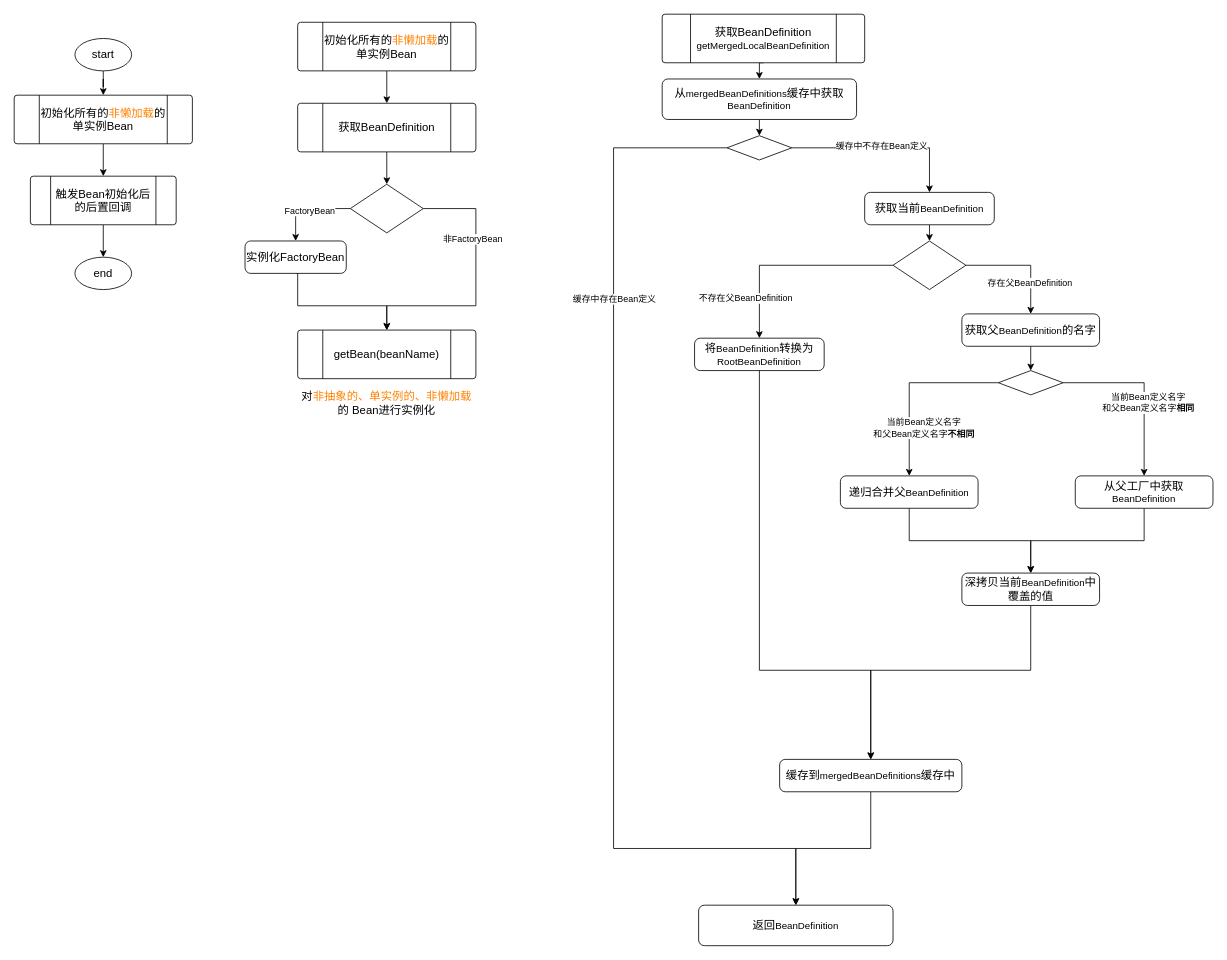
Above: page "preInstantiateSingletons" (1 of 3) of AdvancedProgramming/spring/spring注解/diagrams/初始化剩下的单实例bean.drawio in wanglei949758173/study (draw.io), before the change. Source tidied: cells renumbered, new cells numbered last; positions are measured from the earlier drawing's top-left corner, leaving out a move shared by most shapes. Both pictures are drawn from the tidied source at 81%, with x=0, y=0 at pixel (14, 14).
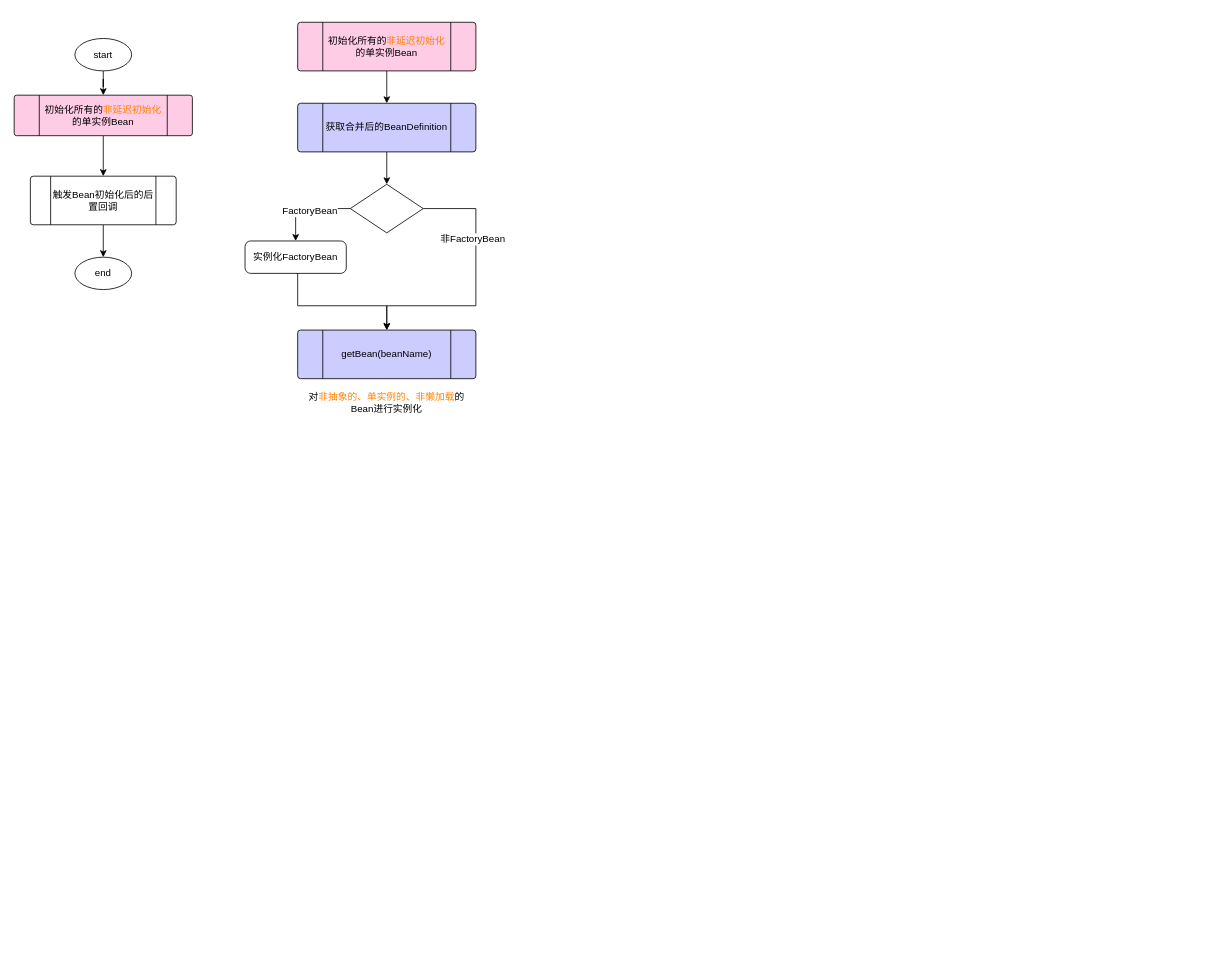
Above is the later version.

The edit, as a diff of the source:
```diff
@@
-    <mxCell id="2" style="edgeStyle=orthogonalEdgeStyle;rounded=0;jettySize=auto;html=1;exitX=0.5;exitY=1;exitDx=0;exitDy=0;exitPerimeter=0;" parent="1" edge="1" source="3" target="8">
+    <mxCell id="2" style="edgeStyle=orthogonalEdgeStyle;rounded=0;jettySize=auto;html=1;exitX=0.5;exitY=1;exitDx=0;exitDy=0;exitPerimeter=0;fontSize=12;" parent="1" edge="1" source="3" target="8">
       <mxGeometry relative="1" as="geometry" />
     </mxCell>
-    <mxCell id="3" value="&lt;font style=&quot;font-size: 14px&quot;&gt;start&lt;/font&gt;" style="strokeWidth=1;html=1;shape=mxgraph.flowchart.start_1;whiteSpace=wrap;" parent="1" vertex="1">
+    <mxCell id="3" value="&lt;font style=&quot;font-size: 12px;&quot;&gt;start&lt;/font&gt;" style="strokeWidth=1;html=1;shape=mxgraph.flowchart.start_1;whiteSpace=wrap;fontSize=12;" parent="1" vertex="1">
       <mxGeometry x="75" y="30" width="70" height="40" as="geometry" />
     </mxCell>
-    <mxCell id="4" style="edgeStyle=orthogonalEdgeStyle;rounded=0;jettySize=auto;html=1;exitX=0.5;exitY=1;exitDx=0;exitDy=0;entryX=0.5;entryY=0;entryDx=0;entryDy=0;" parent="1" edge="1" source="8" target="7">
+    <mxCell id="4" style="edgeStyle=orthogonalEdgeStyle;rounded=0;jettySize=auto;html=1;exitX=0.5;exitY=1;exitDx=0;exitDy=0;entryX=0.5;entryY=0;entryDx=0;entryDy=0;fontSize=12;" parent="1" edge="1" source="8" target="7">
       <mxGeometry relative="1" as="geometry" />
     </mxCell>
-    <mxCell id="5" value="&lt;font style=&quot;font-size: 14px&quot;&gt;end&lt;/font&gt;" style="strokeWidth=1;html=1;shape=mxgraph.flowchart.start_1;whiteSpace=wrap;" parent="1" vertex="1">
+    <mxCell id="5" value="&lt;font style=&quot;font-size: 12px;&quot;&gt;end&lt;/font&gt;" style="strokeWidth=1;html=1;shape=mxgraph.flowchart.start_1;whiteSpace=wrap;fontSize=12;" parent="1" vertex="1">
       <mxGeometry x="75" y="300" width="70" height="40" as="geometry" />
     </mxCell>
-    <mxCell id="6" style="edgeStyle=orthogonalEdgeStyle;rounded=0;jettySize=auto;html=1;exitX=0.5;exitY=1;exitDx=0;exitDy=0;entryX=0.5;entryY=0;entryDx=0;entryDy=0;entryPerimeter=0;" parent="1" edge="1" source="7" target="5">
+    <mxCell id="6" style="edgeStyle=orthogonalEdgeStyle;rounded=0;jettySize=auto;html=1;exitX=0.5;exitY=1;exitDx=0;exitDy=0;entryX=0.5;entryY=0;entryDx=0;entryDy=0;entryPerimeter=0;fontSize=12;" parent="1" edge="1" source="7" target="5">
       <mxGeometry relative="1" as="geometry" />
     </mxCell>
-    <mxCell id="7" value="&lt;font style=&quot;font-size: 14px&quot;&gt;触发Bean初始化后的后置回调&lt;/font&gt;" style="verticalLabelPosition=middle;verticalAlign=middle;shape=process;whiteSpace=wrap;rounded=1;size=0.14;arcSize=6;html=1;labelPosition=center;align=center;" parent="1" vertex="1">
+    <mxCell id="7" value="&lt;font style=&quot;font-size: 12px;&quot;&gt;触发Bean初始化后的后置回调&lt;/font&gt;" style="verticalLabelPosition=middle;verticalAlign=middle;shape=process;whiteSpace=wrap;rounded=1;size=0.14;arcSize=6;html=1;labelPosition=center;align=center;fontSize=12;" parent="1" vertex="1">
       <mxGeometry x="20" y="200" width="180" height="60" as="geometry" />
     </mxCell>
-    <mxCell id="8" value="&lt;span style=&quot;font-size: 14px&quot;&gt;初始化所有的&lt;/span&gt;&lt;font color=&quot;#ff8000&quot; style=&quot;font-size: 14px&quot;&gt;非懒加载&lt;/font&gt;&lt;span style=&quot;font-size: 14px&quot;&gt;的单实例Bean&lt;/span&gt;" style="verticalLabelPosition=middle;verticalAlign=middle;shape=process;whiteSpace=wrap;rounded=1;size=0.14;arcSize=6;html=1;labelPosition=center;align=center;" parent="1" vertex="1">
-      <mxGeometry y="100" width="220" height="60" as="geometry" />
+    <mxCell id="8" value="&lt;span style=&quot;font-size: 12px&quot;&gt;初始化所有的&lt;/span&gt;&lt;font color=&quot;#ff8000&quot; style=&quot;font-size: 12px&quot;&gt;非延迟初始化&lt;/font&gt;&lt;span style=&quot;font-size: 12px&quot;&gt;的单实例Bean&lt;/span&gt;" style="verticalLabelPosition=middle;verticalAlign=middle;shape=process;whiteSpace=wrap;rounded=1;size=0.14;arcSize=6;html=1;labelPosition=center;align=center;fillColor=#FFCCE6;fontSize=12;" parent="1" vertex="1">
+      <mxGeometry y="100" width="220" height="50" as="geometry" />
     </mxCell>
-    <mxCell id="9" style="edgeStyle=orthogonalEdgeStyle;rounded=0;jettySize=auto;html=1;exitX=0.5;exitY=1;exitDx=0;exitDy=0;" parent="1" edge="1" source="10" target="12">
+    <mxCell id="9" style="edgeStyle=orthogonalEdgeStyle;rounded=0;jettySize=auto;html=1;exitX=0.5;exitY=1;exitDx=0;exitDy=0;fontSize=12;" parent="1" edge="1" source="10" target="12">
       <mxGeometry relative="1" as="geometry" />
     </mxCell>
-    <mxCell id="10" value="&lt;span style=&quot;font-size: 14px&quot;&gt;初始化所有的&lt;/span&gt;&lt;font color=&quot;#ff8000&quot; style=&quot;font-size: 14px&quot;&gt;非懒加载&lt;/font&gt;&lt;span style=&quot;font-size: 14px&quot;&gt;的单实例Bean&lt;/span&gt;" style="verticalLabelPosition=middle;verticalAlign=middle;shape=process;whiteSpace=wrap;rounded=1;size=0.14;arcSize=6;html=1;labelPosition=center;align=center;" parent="1" vertex="1">
+    <mxCell id="10" value="&lt;span style=&quot;font-size: 12px&quot;&gt;初始化所有的&lt;/span&gt;&lt;font color=&quot;#ff8000&quot; style=&quot;font-size: 12px&quot;&gt;非延迟初始化&lt;/font&gt;&lt;span style=&quot;font-size: 12px&quot;&gt;的单实例Bean&lt;/span&gt;" style="verticalLabelPosition=middle;verticalAlign=middle;shape=process;whiteSpace=wrap;rounded=1;size=0.14;arcSize=6;html=1;labelPosition=center;align=center;fillColor=#FFCCE6;fontSize=12;" parent="1" vertex="1">
       <mxGeometry x="350" y="10" width="220" height="60" as="geometry" />
     </mxCell>
-    <mxCell id="11" style="edgeStyle=orthogonalEdgeStyle;rounded=0;jettySize=auto;html=1;exitX=0.5;exitY=1;exitDx=0;exitDy=0;entryX=0.5;entryY=0;entryDx=0;entryDy=0;entryPerimeter=0;" parent="1" edge="1" source="12" target="19">
+    <mxCell id="11" style="edgeStyle=orthogonalEdgeStyle;rounded=0;jettySize=auto;html=1;exitX=0.5;exitY=1;exitDx=0;exitDy=0;entryX=0.5;entryY=0;entryDx=0;entryDy=0;entryPerimeter=0;fontSize=12;" parent="1" edge="1" source="12" target="19">
       <mxGeometry relative="1" as="geometry" />
     </mxCell>
-    <mxCell id="12" value="&lt;span style=&quot;font-size: 14px&quot;&gt;获取BeanDefinition&lt;/span&gt;" style="verticalLabelPosition=middle;verticalAlign=middle;shape=process;whiteSpace=wrap;rounded=1;size=0.14;arcSize=6;html=1;labelPosition=center;align=center;" parent="1" vertex="1">
+    <mxCell id="12" value="&lt;span style=&quot;font-size: 12px&quot;&gt;获取合并后的BeanDefinition&lt;/span&gt;" style="verticalLabelPosition=middle;verticalAlign=middle;shape=process;whiteSpace=wrap;rounded=1;size=0.14;arcSize=6;html=1;labelPosition=center;align=center;fillColor=#CCCCFF;fontSize=12;" parent="1" vertex="1">
       <mxGeometry x="350" y="110" width="220" height="60" as="geometry" />
     </mxCell>
-    <mxCell id="13" value="&lt;span style=&quot;font-size: 14px&quot;&gt;getBean(beanName)&lt;/span&gt;" style="verticalLabelPosition=middle;verticalAlign=middle;shape=process;whiteSpace=wrap;rounded=1;size=0.14;arcSize=6;html=1;labelPosition=center;align=center;" parent="1" vertex="1">
+    <mxCell id="13" value="&lt;span style=&quot;font-size: 12px;&quot;&gt;getBean(beanName)&lt;/span&gt;" style="verticalLabelPosition=middle;verticalAlign=middle;shape=process;whiteSpace=wrap;rounded=1;size=0.14;arcSize=6;html=1;labelPosition=center;align=center;fillColor=#CCCCFF;fontSize=12;" parent="1" vertex="1">
       <mxGeometry x="350" y="390" width="220" height="60" as="geometry" />
     </mxCell>
-    <mxCell id="14" value="&lt;span style=&quot;font-size: 14px&quot;&gt;对&lt;font color=&quot;#ff8000&quot;&gt;非抽象的、单实例的、非懒加载&lt;/font&gt;的 Bean进行实例化&lt;/span&gt;" style="text;html=1;strokeColor=none;fillColor=none;align=center;verticalAlign=middle;whiteSpace=wrap;rounded=0;" parent="1" vertex="1">
+    <mxCell id="14" value="&lt;span style=&quot;font-size: 12px;&quot;&gt;对&lt;font color=&quot;#ff8000&quot; style=&quot;font-size: 12px;&quot;&gt;非抽象的、单实例的、非懒加载&lt;/font&gt;的 Bean进行实例化&lt;/span&gt;" style="text;html=1;strokeColor=none;fillColor=none;align=center;verticalAlign=middle;whiteSpace=wrap;rounded=0;fontSize=12;" parent="1" vertex="1">
       <mxGeometry x="350" y="460" width="220" height="40" as="geometry" />
     </mxCell>
-    <mxCell id="15" style="edgeStyle=orthogonalEdgeStyle;rounded=0;jettySize=auto;html=1;exitX=0;exitY=0.5;exitDx=0;exitDy=0;exitPerimeter=0;" parent="1" edge="1" source="19" target="21">
+    <mxCell id="15" style="edgeStyle=orthogonalEdgeStyle;rounded=0;jettySize=auto;html=1;exitX=0;exitY=0.5;exitDx=0;exitDy=0;exitPerimeter=0;fontSize=12;" parent="1" edge="1" source="19" target="21">
       <mxGeometry relative="1" as="geometry" />
     </mxCell>
-    <mxCell id="16" value="FactoryBean" style="edgeLabel;html=1;align=center;verticalAlign=middle;" parent="15" vertex="1">
+    <mxCell id="16" value="FactoryBean" style="edgeLabel;html=1;align=center;verticalAlign=middle;fontSize=12;" parent="15" vertex="1">
       <mxGeometry x="-0.06" y="2" relative="1" as="geometry" />
     </mxCell>
-    <mxCell id="17" style="edgeStyle=orthogonalEdgeStyle;rounded=0;jettySize=auto;html=1;exitX=1;exitY=0.5;exitDx=0;exitDy=0;exitPerimeter=0;entryX=0.5;entryY=0;entryDx=0;entryDy=0;" parent="1" edge="1" source="19" target="13">
+    <mxCell id="17" style="edgeStyle=orthogonalEdgeStyle;rounded=0;jettySize=auto;html=1;exitX=1;exitY=0.5;exitDx=0;exitDy=0;exitPerimeter=0;entryX=0.5;entryY=0;entryDx=0;entryDy=0;fontSize=12;" parent="1" edge="1" source="19" target="13">
       <mxGeometry relative="1" as="geometry">
         <Array as="points">
           <mxPoint x="570" y="240" />
           <mxPoint x="570" y="360" />
           <mxPoint x="460" y="360" />
         </Array>
       </mxGeometry>
     </mxCell>
-    <mxCell id="18" value="非FactoryBean" style="edgeLabel;html=1;align=center;verticalAlign=middle;" parent="17" vertex="1">
+    <mxCell id="18" value="非FactoryBean" style="edgeLabel;html=1;align=center;verticalAlign=middle;fontSize=12;" parent="17" vertex="1">
       <mxGeometry x="-0.37" y="-5" relative="1" as="geometry" />
     </mxCell>
-    <mxCell id="19" style="strokeWidth=1;html=1;shape=mxgraph.flowchart.decision;whiteSpace=wrap;" parent="1" vertex="1">
+    <mxCell id="19" style="strokeWidth=1;html=1;shape=mxgraph.flowchart.decision;whiteSpace=wrap;fontSize=12;" parent="1" vertex="1">
       <mxGeometry x="415" y="210" width="90" height="60" as="geometry" />
     </mxCell>
-    <mxCell id="20" style="edgeStyle=orthogonalEdgeStyle;rounded=0;jettySize=auto;html=1;exitX=0.5;exitY=1;exitDx=0;exitDy=0;entryX=0.5;entryY=0;entryDx=0;entryDy=0;" parent="1" edge="1" source="21" target="13">
+    <mxCell id="20" style="edgeStyle=orthogonalEdgeStyle;rounded=0;jettySize=auto;html=1;exitX=0.5;exitY=1;exitDx=0;exitDy=0;entryX=0.5;entryY=0;entryDx=0;entryDy=0;fontSize=12;" parent="1" edge="1" source="21" target="13">
       <mxGeometry relative="1" as="geometry">
         <Array as="points">
           <mxPoint x="350" y="360" />
           <mxPoint x="460" y="360" />
         </Array>
       </mxGeometry>
     </mxCell>
-    <mxCell id="21" value="&lt;font style=&quot;font-size: 14px&quot;&gt;实例化FactoryBean&lt;/font&gt;" style="rounded=1;whiteSpace=wrap;html=1;absoluteArcSize=1;arcSize=14;strokeWidth=1;" parent="1" vertex="1">
+    <mxCell id="21" value="&lt;font style=&quot;font-size: 12px;&quot;&gt;实例化FactoryBean&lt;/font&gt;" style="rounded=1;whiteSpace=wrap;html=1;absoluteArcSize=1;arcSize=14;strokeWidth=1;fontSize=12;" parent="1" vertex="1">
       <mxGeometry x="285" y="280" width="125" height="40" as="geometry" />
     </mxCell>
-    <mxCell id="22" style="edgeStyle=orthogonalEdgeStyle;rounded=0;jettySize=auto;html=1;exitX=0.5;exitY=1;exitDx=0;exitDy=0;entryX=0.5;entryY=0;entryDx=0;entryDy=0;" parent="1" edge="1" source="23" target="25">
-      <mxGeometry relative="1" as="geometry" />
-    </mxCell>
-    <mxCell id="23" value="&lt;span style=&quot;font-size: 14px&quot;&gt;获取BeanDefinition&lt;/span&gt;&lt;br&gt;&lt;font style=&quot;font-size: 12px&quot;&gt;getMergedLocalBeanDefinition&lt;/font&gt;" style="verticalLabelPosition=middle;verticalAlign=middle;shape=process;whiteSpace=wrap;rounded=1;size=0.14;arcSize=6;html=1;labelPosition=center;align=center;" parent="1" vertex="1">
-      <mxGeometry x="800" width="250" height="60" as="geometry" />
-    </mxCell>
-    <mxCell id="24" style="edgeStyle=orthogonalEdgeStyle;rounded=0;jettySize=auto;html=1;exitX=0.5;exitY=1;exitDx=0;exitDy=0;entryX=0.5;entryY=0;entryDx=0;entryDy=0;entryPerimeter=0;" parent="1" edge="1" source="25" target="29">
-      <mxGeometry relative="1" as="geometry" />
-    </mxCell>
-    <mxCell id="25" value="&lt;font style=&quot;font-size: 14px&quot;&gt;从&lt;/font&gt;mergedBeanDefinitions&lt;font style=&quot;font-size: 14px&quot;&gt;缓存中获取&lt;/font&gt;&lt;font style=&quot;font-size: 12px&quot;&gt;BeanDefinition&lt;/font&gt;" style="rounded=1;whiteSpace=wrap;html=1;absoluteArcSize=1;arcSize=14;strokeWidth=1;" parent="1" vertex="1">
-      <mxGeometry x="800" y="80" width="240" height="50" as="geometry" />
-    </mxCell>
-    <mxCell id="26" style="edgeStyle=orthogonalEdgeStyle;rounded=0;jettySize=auto;html=1;exitX=0;exitY=0.5;exitDx=0;exitDy=0;exitPerimeter=0;entryX=0.5;entryY=0;entryDx=0;entryDy=0;" parent="1" edge="1" source="29" target="30">
-      <mxGeometry relative="1" as="geometry">
-        <Array as="points">
-          <mxPoint x="740" y="165" />
-          <mxPoint x="740" y="1030" />
-          <mxPoint x="965" y="1030" />
-        </Array>
-      </mxGeometry>
-    </mxCell>
-    <mxCell id="27" value="缓存中存在Bean定义" style="edgeLabel;html=1;align=center;verticalAlign=middle;" parent="26" vertex="1">
-      <mxGeometry x="-0.61" y="30" relative="1" as="geometry">
-        <mxPoint x="-30" y="72" as="offset" />
-      </mxGeometry>
-    </mxCell>
-    <mxCell id="28" style="edgeStyle=orthogonalEdgeStyle;rounded=0;jettySize=auto;html=1;exitX=1;exitY=0.5;exitDx=0;exitDy=0;exitPerimeter=0;" parent="1" edge="1" source="29" target="32">
-      <mxGeometry relative="1" as="geometry" />
-    </mxCell>
-    <mxCell id="29" style="strokeWidth=1;html=1;shape=mxgraph.flowchart.decision;whiteSpace=wrap;" parent="1" vertex="1">
-      <mxGeometry x="880" y="150" width="80" height="30" as="geometry" />
-    </mxCell>
-    <mxCell id="30" value="&lt;span style=&quot;font-size: 14px&quot;&gt;返回&lt;/span&gt;BeanDefinition" style="rounded=1;whiteSpace=wrap;html=1;absoluteArcSize=1;arcSize=14;strokeWidth=1;" parent="1" vertex="1">
-      <mxGeometry x="845" y="1100" width="240" height="50" as="geometry" />
-    </mxCell>
-    <mxCell id="31" style="edgeStyle=orthogonalEdgeStyle;rounded=0;jettySize=auto;html=1;exitX=0.5;exitY=1;exitDx=0;exitDy=0;entryX=0.5;entryY=0;entryDx=0;entryDy=0;entryPerimeter=0;" parent="1" edge="1" source="32" target="36">
-      <mxGeometry relative="1" as="geometry" />
-    </mxCell>
-    <mxCell id="32" value="&lt;span style=&quot;font-size: 14px&quot;&gt;获取当前&lt;/span&gt;BeanDefinition" style="rounded=1;whiteSpace=wrap;html=1;absoluteArcSize=1;arcSize=14;strokeWidth=1;" parent="1" vertex="1">
-      <mxGeometry x="1050" y="220" width="160" height="40" as="geometry" />
-    </mxCell>
-    <mxCell id="33" style="edgeStyle=orthogonalEdgeStyle;rounded=0;jettySize=auto;html=1;exitX=0;exitY=0.5;exitDx=0;exitDy=0;exitPerimeter=0;" parent="1" edge="1" source="36" target="38">
-      <mxGeometry relative="1" as="geometry" />
-    </mxCell>
-    <mxCell id="34" value="不存在父BeanDefinition" style="edgeLabel;html=1;align=center;verticalAlign=middle;" parent="33" vertex="1">
-      <mxGeometry x="-0.06" y="-1" relative="1" as="geometry">
-        <mxPoint x="-63" y="41" as="offset" />
-      </mxGeometry>
-    </mxCell>
-    <mxCell id="35" style="edgeStyle=orthogonalEdgeStyle;rounded=0;jettySize=auto;html=1;exitX=1;exitY=0.5;exitDx=0;exitDy=0;exitPerimeter=0;" parent="1" edge="1" source="36" target="40">
-      <mxGeometry relative="1" as="geometry" />
-    </mxCell>
-    <mxCell id="36" style="strokeWidth=1;html=1;shape=mxgraph.flowchart.decision;whiteSpace=wrap;" parent="1" vertex="1">
-      <mxGeometry x="1085" y="280" width="90" height="60" as="geometry" />
-    </mxCell>
-    <mxCell id="37" style="edgeStyle=orthogonalEdgeStyle;rounded=0;jettySize=auto;html=1;entryX=0.5;entryY=0;entryDx=0;entryDy=0;exitX=0.5;exitY=1;exitDx=0;exitDy=0;" parent="1" edge="1" source="38" target="53">
-      <mxGeometry relative="1" as="geometry">
-        <Array as="points">
-          <mxPoint x="920" y="810" />
-          <mxPoint x="1058" y="810" />
-        </Array>
-      </mxGeometry>
-    </mxCell>
-    <mxCell id="38" value="&lt;span style=&quot;font-size: 14px&quot;&gt;将&lt;/span&gt;BeanDefinition&lt;font style=&quot;font-size: 14px&quot;&gt;转换为&lt;/font&gt;RootBeanDefinition" style="rounded=1;whiteSpace=wrap;html=1;absoluteArcSize=1;arcSize=14;strokeWidth=1;" parent="1" vertex="1">
-      <mxGeometry x="840" y="400" width="160" height="40" as="geometry" />
-    </mxCell>
-    <mxCell id="39" style="edgeStyle=orthogonalEdgeStyle;rounded=0;jettySize=auto;html=1;exitX=0.5;exitY=1;exitDx=0;exitDy=0;entryX=0.5;entryY=0;entryDx=0;entryDy=0;entryPerimeter=0;" parent="1" edge="1" source="40" target="45">
-      <mxGeometry relative="1" as="geometry" />
-    </mxCell>
-    <mxCell id="40" value="&lt;span style=&quot;font-size: 14px&quot;&gt;获取父&lt;/span&gt;BeanDefinition&lt;span style=&quot;font-size: 14px&quot;&gt;的名字&lt;/span&gt;" style="rounded=1;whiteSpace=wrap;html=1;absoluteArcSize=1;arcSize=14;strokeWidth=1;" parent="1" vertex="1">
-      <mxGeometry x="1170" y="370" width="170" height="40" as="geometry" />
-    </mxCell>
-    <mxCell id="41" style="edgeStyle=orthogonalEdgeStyle;rounded=0;jettySize=auto;html=1;exitX=0;exitY=0.5;exitDx=0;exitDy=0;exitPerimeter=0;" parent="1" edge="1" source="45" target="47">
-      <mxGeometry relative="1" as="geometry" />
-    </mxCell>
-    <mxCell id="42" value="当前Bean定义名字&lt;br&gt;和父Bean定义名字&lt;b&gt;不相同&lt;/b&gt;" style="edgeLabel;html=1;align=center;verticalAlign=middle;" parent="41" vertex="1">
-      <mxGeometry x="0.04" y="17" relative="1" as="geometry">
-        <mxPoint y="48" as="offset" />
-      </mxGeometry>
-    </mxCell>
-    <mxCell id="43" style="edgeStyle=orthogonalEdgeStyle;rounded=0;jettySize=auto;html=1;exitX=1;exitY=0.5;exitDx=0;exitDy=0;exitPerimeter=0;entryX=0.5;entryY=0;entryDx=0;entryDy=0;" parent="1" edge="1" source="45" target="49">
-      <mxGeometry relative="1" as="geometry" />
-    </mxCell>
-    <mxCell id="44" value="当前Bean定义名字&lt;br&gt;和父Bean定义名字&lt;b&gt;相同&lt;/b&gt;" style="edgeLabel;html=1;align=center;verticalAlign=middle;" parent="43" vertex="1">
-      <mxGeometry x="-0.04" y="-21" relative="1" as="geometry">
-        <mxPoint x="25" y="21" as="offset" />
-      </mxGeometry>
-    </mxCell>
-    <mxCell id="45" style="strokeWidth=1;html=1;shape=mxgraph.flowchart.decision;whiteSpace=wrap;" parent="1" vertex="1">
-      <mxGeometry x="1215" y="440" width="80" height="30" as="geometry" />
-    </mxCell>
-    <mxCell id="46" style="edgeStyle=orthogonalEdgeStyle;rounded=0;jettySize=auto;html=1;exitX=0.5;exitY=1;exitDx=0;exitDy=0;entryX=0.5;entryY=0;entryDx=0;entryDy=0;" parent="1" edge="1" source="47" target="51">
-      <mxGeometry relative="1" as="geometry" />
-    </mxCell>
-    <mxCell id="47" value="&lt;span style=&quot;font-size: 14px&quot;&gt;递归合并父&lt;/span&gt;BeanDefinition" style="rounded=1;whiteSpace=wrap;html=1;absoluteArcSize=1;arcSize=14;strokeWidth=1;" parent="1" vertex="1">
-      <mxGeometry x="1020" y="570" width="170" height="40" as="geometry" />
-    </mxCell>
-    <mxCell id="48" style="edgeStyle=orthogonalEdgeStyle;rounded=0;jettySize=auto;html=1;exitX=0.5;exitY=1;exitDx=0;exitDy=0;entryX=0.5;entryY=0;entryDx=0;entryDy=0;" parent="1" edge="1" source="49" target="51">
-      <mxGeometry relative="1" as="geometry" />
-    </mxCell>
-    <mxCell id="49" value="&lt;span style=&quot;font-size: 14px&quot;&gt;从父工厂中获取&lt;/span&gt;BeanDefinition" style="rounded=1;whiteSpace=wrap;html=1;absoluteArcSize=1;arcSize=14;strokeWidth=1;" parent="1" vertex="1">
-      <mxGeometry x="1310" y="570" width="170" height="40" as="geometry" />
-    </mxCell>
-    <mxCell id="50" style="edgeStyle=orthogonalEdgeStyle;rounded=0;jettySize=auto;html=1;exitX=0.5;exitY=1;exitDx=0;exitDy=0;entryX=0.5;entryY=0;entryDx=0;entryDy=0;" parent="1" edge="1" source="51" target="53">
-      <mxGeometry relative="1" as="geometry">
-        <Array as="points">
-          <mxPoint x="1255" y="810" />
-          <mxPoint x="1058" y="810" />
-        </Array>
-      </mxGeometry>
-    </mxCell>
-    <mxCell id="51" value="&lt;span style=&quot;font-size: 14px&quot;&gt;深拷贝当前&lt;/span&gt;BeanDefinition&lt;font style=&quot;font-size: 14px&quot;&gt;中覆盖的值&lt;/font&gt;" style="rounded=1;whiteSpace=wrap;html=1;absoluteArcSize=1;arcSize=14;strokeWidth=1;" parent="1" vertex="1">
-      <mxGeometry x="1170" y="690" width="170" height="40" as="geometry" />
-    </mxCell>
-    <mxCell id="52" style="edgeStyle=orthogonalEdgeStyle;rounded=0;jettySize=auto;html=1;exitX=0.5;exitY=1;exitDx=0;exitDy=0;entryX=0.5;entryY=0;entryDx=0;entryDy=0;" parent="1" edge="1" source="53" target="30">
-      <mxGeometry relative="1" as="geometry" />
-    </mxCell>
-    <mxCell id="53" value="&lt;span style=&quot;font-size: 14px&quot;&gt;缓存到&lt;/span&gt;mergedBeanDefinitions&lt;font style=&quot;font-size: 14px&quot;&gt;缓存中&lt;/font&gt;" style="rounded=1;whiteSpace=wrap;html=1;absoluteArcSize=1;arcSize=14;strokeWidth=1;" parent="1" vertex="1">
-      <mxGeometry x="945" y="920" width="225" height="40" as="geometry" />
-    </mxCell>
-    <mxCell id="54" value="存在父BeanDefinition" style="edgeLabel;html=1;align=center;verticalAlign=middle;" parent="1" vertex="1">
-      <mxGeometry x="1255" y="290" as="geometry">
-        <mxPoint x="-2" y="41" as="offset" />
-      </mxGeometry>
-    </mxCell>
-    <mxCell id="55" value="缓存中不存在Bean定义" style="edgeLabel;html=1;align=center;verticalAlign=middle;" parent="1" vertex="1">
-      <mxGeometry x="1100" y="90" as="geometry">
-        <mxPoint x="-30" y="72" as="offset" />
-      </mxGeometry>
-    </mxCell>
```
